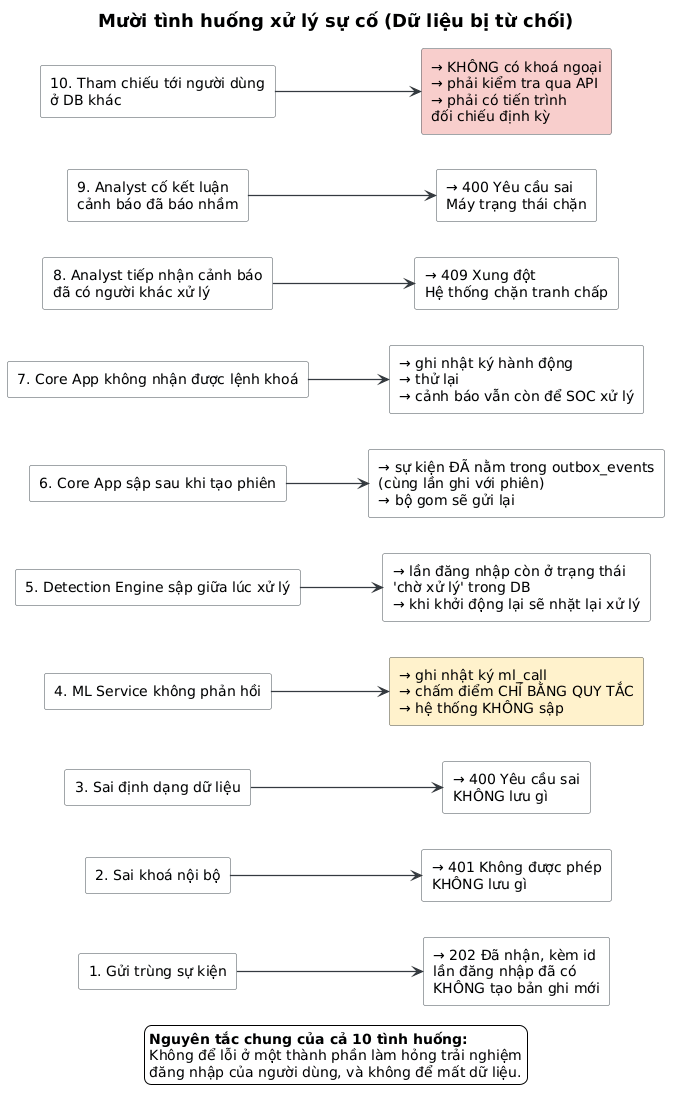
Albert-Tuan/sentinel-auth keeps this PlantUML diagram as docs/diagrams/v3.3-detect/10-tinh-huong-xu-ly-loi.png. Above is the earlier version.
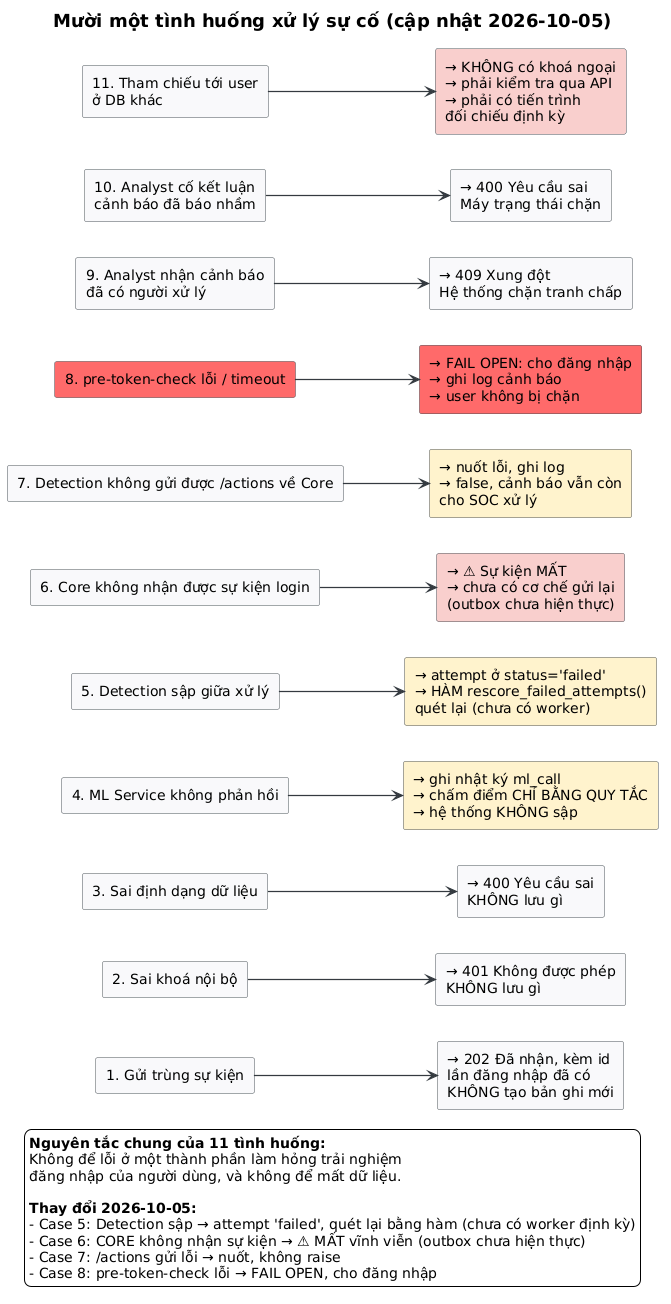
Above is the later version.

Change to the diagram source:
```diff
@@ -10,7 +10,7 @@
 skinparam ArrowThickness 1.2
 skinparam titleFontSize 18
 
-title Mười tình huống xử lý sự cố (Dữ liệu bị từ chối)
+title Mười một tình huống xử lý sự cố (cập nhật 2026-10-05)
 
 left to right direction
 
@@ -30,33 +30,43 @@
 rectangle "→ ghi nhật ký ml_call\n→ chấm điểm CHỈ BẰNG QUY TẮC\n→ hệ thống KHÔNG sập" as R4 #FFF2CC
 S4 --> R4
 
-rectangle "5. Detection Engine sập giữa lúc xử lý" as S5
-rectangle "→ lần đăng nhập còn ở trạng thái\n'chờ xử lý' trong DB\n→ khi khởi động lại sẽ nhặt lại xử lý" as R5
+rectangle "5. Detection sập giữa xử lý" as S5
+rectangle "→ attempt ở status='failed'\n→ HÀM rescore_failed_attempts()\nquét lại (chưa có worker)" as R5 #FFF2CC
 S5 --> R5
 
-rectangle "6. Core App sập sau khi tạo phiên" as S6
-rectangle "→ sự kiện ĐÃ nằm trong outbox_events\n(cùng lần ghi với phiên)\n→ bộ gom sẽ gửi lại" as R6
+rectangle "6. Core không nhận được sự kiện login" as S6
+rectangle "→ ⚠ Sự kiện MẤT\n→ chưa có cơ chế gửi lại\n(outbox chưa hiện thực)" as R6 #F8CECC
 S6 --> R6
 
-rectangle "7. Core App không nhận được lệnh khoá" as S7
-rectangle "→ ghi nhật ký hành động\n→ thử lại\n→ cảnh báo vẫn còn để SOC xử lý" as R7
+rectangle "7. Detection không gửi được /actions về Core" as S7
+rectangle "→ nuốt lỗi, ghi log\n→ false, cảnh báo vẫn còn\ncho SOC xử lý" as R7 #FFF2CC
 S7 --> R7
 
-rectangle "8. Analyst tiếp nhận cảnh báo\nđã có người khác xử lý" as S8
-rectangle "→ 409 Xung đột\nHệ thống chặn tranh chấp" as R8
+rectangle "8. pre-token-check lỗi / timeout" as S8 #FF6B6B
+rectangle "→ FAIL OPEN: cho đăng nhập\n→ ghi log cảnh báo\n→ user không bị chặn" as R8 #FF6B6B
 S8 --> R8
 
-rectangle "9. Analyst cố kết luận\ncảnh báo đã báo nhầm" as S9
-rectangle "→ 400 Yêu cầu sai\nMáy trạng thái chặn" as R9
+rectangle "9. Analyst nhận cảnh báo\nđã có người xử lý" as S9
+rectangle "→ 409 Xung đột\nHệ thống chặn tranh chấp" as R9
 S9 --> R9
 
-rectangle "10. Tham chiếu tới người dùng\nở DB khác" as S10
-rectangle "→ KHÔNG có khoá ngoại\n→ phải kiểm tra qua API\n→ phải có tiến trình\nđối chiếu định kỳ" as R10 #F8CECC
+rectangle "10. Analyst cố kết luận\ncảnh báo đã báo nhầm" as S10
+rectangle "→ 400 Yêu cầu sai\nMáy trạng thái chặn" as R10
 S10 --> R10
 
+rectangle "11. Tham chiếu tới user\nở DB khác" as S11
+rectangle "→ KHÔNG có khoá ngoại\n→ phải kiểm tra qua API\n→ phải có tiến trình\nđối chiếu định kỳ" as R11 #F8CECC
+S11 --> R11
+
 legend bottom
-**Nguyên tắc chung của cả 10 tình huống:**
+**Nguyên tắc chung của 11 tình huống:**
 Không để lỗi ở một thành phần làm hỏng trải nghiệm
 đăng nhập của người dùng, và không để mất dữ liệu.
+
+**Thay đổi 2026-10-05:**
+- Case 5: Detection sập → attempt 'failed', quét lại bằng hàm (chưa có worker định kỳ)
+- Case 6: CORE không nhận sự kiện → ⚠ MẤT vĩnh viễn (outbox chưa hiện thực)
+- Case 7: /actions gửi lỗi → nuốt, không raise
+- Case 8: pre-token-check lỗi → FAIL OPEN, cho đăng nhập
 endlegend
 @enduml
```
